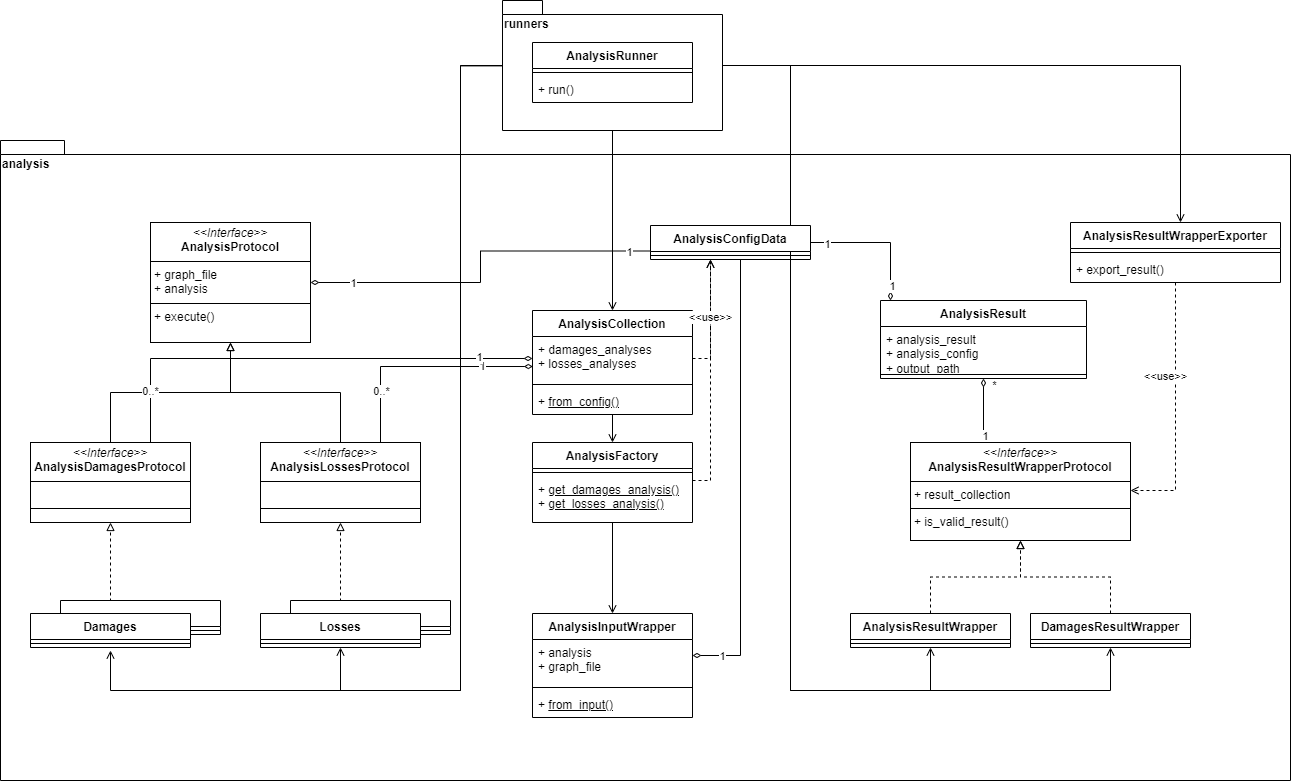
The draw.io diagram docs/_diagrams/ra2ce_analysis_class_diagram.drawio.png in Deltares/ra2ce, before a commit. Source tidied: cells renumbered, new cells last; positions are measured from the earlier drawing's top-left corner, leaving out a move shared by most shapes.
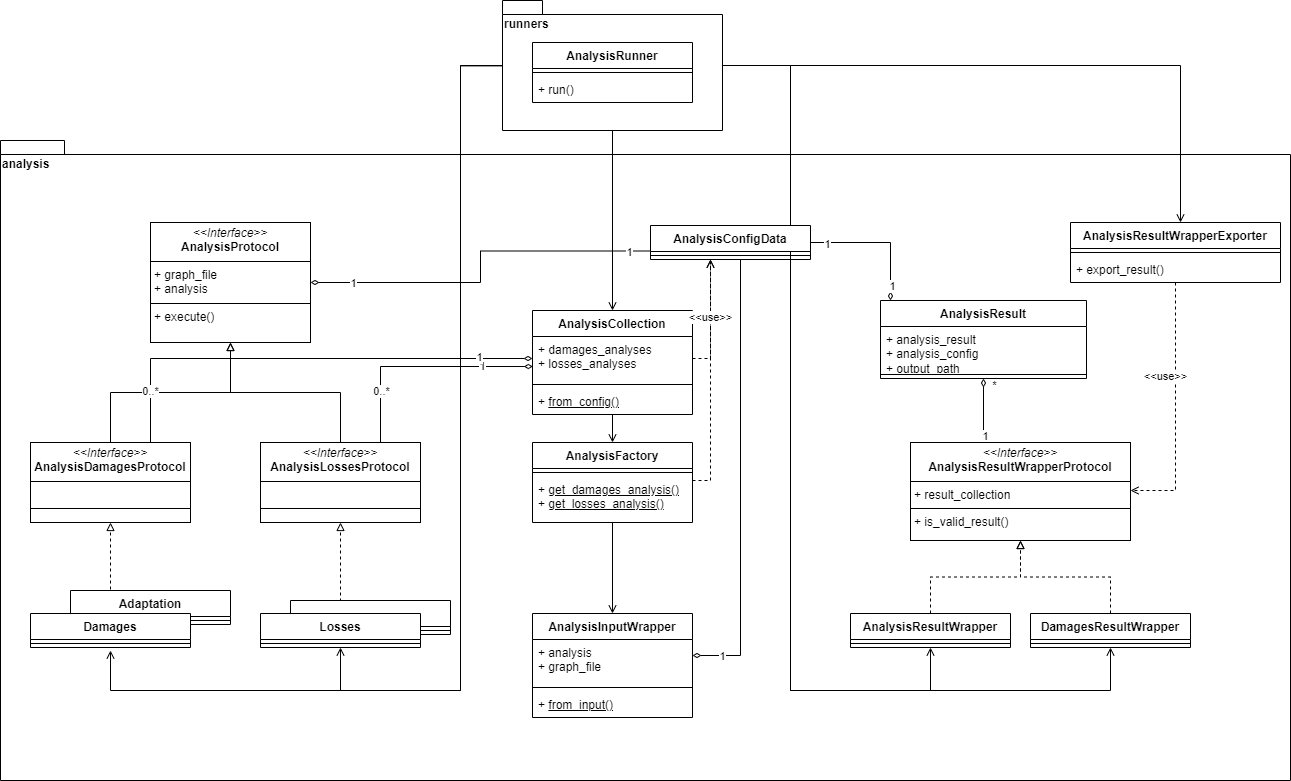
The same file after the commit.

Commit message:
docs: add adaptation to analysis class diagram

Diff of the diagram source:
```diff
@@ -179,8 +179,8 @@
         <mxPoint x="-12" as="offset" />
       </mxGeometry>
     </mxCell>
-    <mxCell id="50" value="..." style="swimlane;fontStyle=1;align=center;verticalAlign=top;horizontal=1;startSize=26;whiteSpace=wrap;html=1;" parent="1" vertex="1">
-      <mxGeometry x="60" y="600" width="160" height="34" as="geometry" />
+    <mxCell id="50" value="Adaptation" style="swimlane;fontStyle=1;align=center;verticalAlign=top;horizontal=1;startSize=26;whiteSpace=wrap;html=1;" parent="1" vertex="1">
+      <mxGeometry x="70" y="590" width="160" height="34" as="geometry" />
     </mxCell>
     <mxCell id="51" style="line;strokeWidth=1;fillColor=none;align=left;verticalAlign=middle;spacingTop=-1;spacingLeft=3;spacingRight=3;labelPosition=right;strokeColor=inherit;" parent="50" vertex="1">
       <mxGeometry y="26" width="160" height="8" as="geometry" />
```
